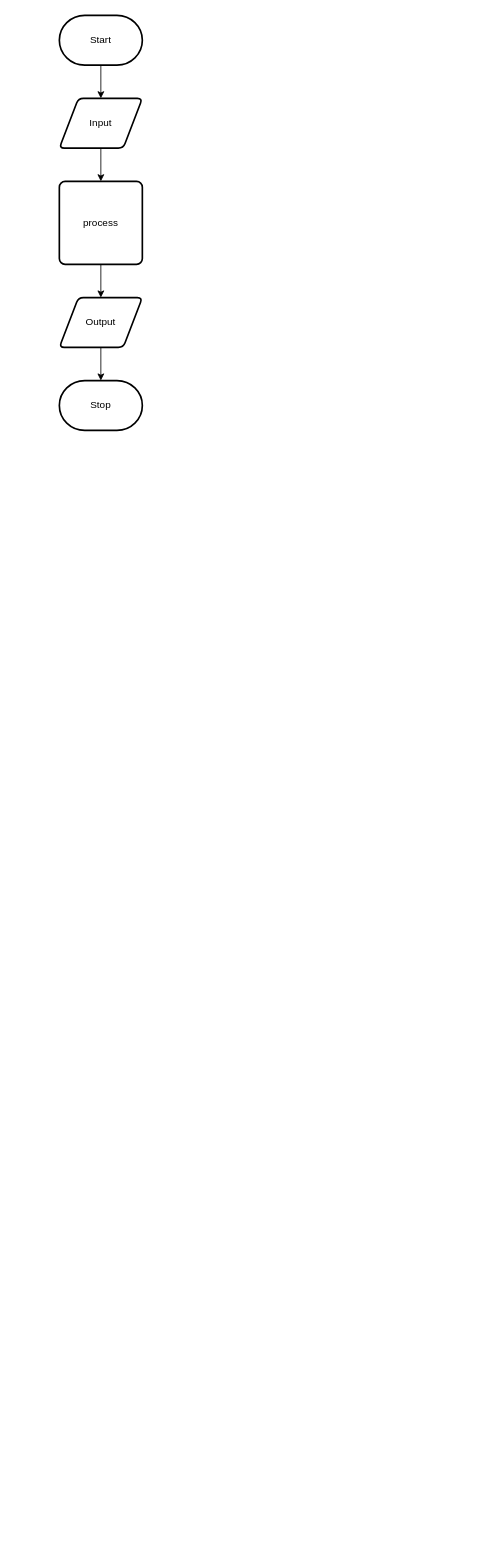
Above: design/flow-chart.drawio in Timothy-Manwell/ICS2O-Assignment-4 (draw.io), before the change. Source tidied: cells renumbered, new cells numbered last; positions are measured from the earlier drawing's top-left corner, leaving out a move shared by most shapes. Both pictures are drawn from the tidied source at 83%, with x=0, y=0 at pixel (59, 15).
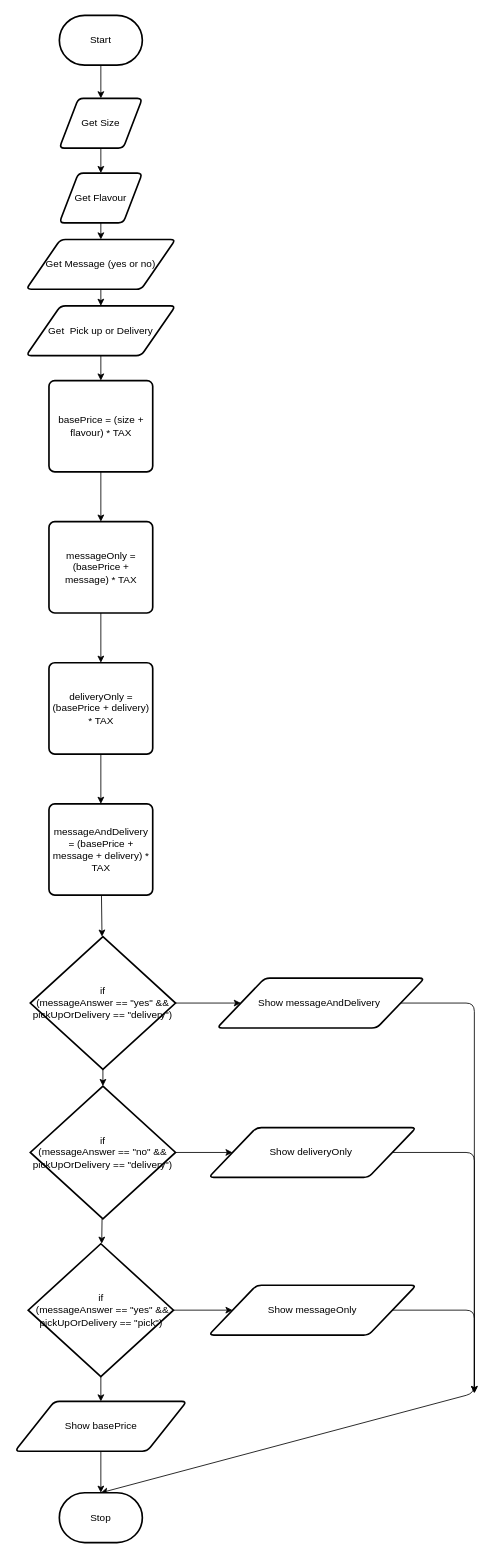
After the change.

The edit, as a diff of the source:
```diff
@@
-    <mxCell id="4" style="edgeStyle=none;html=1;" parent="1" edge="1" source="5" target="7">
-      <mxGeometry relative="1" as="geometry" />
-    </mxCell>
+    <mxCell id="11" style="edgeStyle=none;html=1;" parent="1" edge="1" source="5" target="8">
+      <mxGeometry relative="1" as="geometry" />
+    </mxCell>
-    <mxCell id="5" value="Input" style="shape=parallelogram;html=1;strokeWidth=2;perimeter=parallelogramPerimeter;whiteSpace=wrap;rounded=1;arcSize=12;size=0.23;" parent="1" vertex="1">
+    <mxCell id="5" value="Get Size" style="shape=parallelogram;html=1;strokeWidth=2;perimeter=parallelogramPerimeter;whiteSpace=wrap;rounded=1;arcSize=12;size=0.23;" parent="1" vertex="1">
       <mxGeometry y="100" width="100" height="60" as="geometry" />
     </mxCell>
-    <mxCell id="6" style="edgeStyle=none;html=1;" parent="1" edge="1" source="7" target="9">
-      <mxGeometry relative="1" as="geometry" />
-    </mxCell>
-    <mxCell id="7" value="process" style="rounded=1;whiteSpace=wrap;html=1;absoluteArcSize=1;arcSize=14;strokeWidth=2;" parent="1" vertex="1">
-      <mxGeometry y="200" width="100" height="100" as="geometry" />
-    </mxCell>
+    <mxCell id="12" style="edgeStyle=none;html=1;entryX=0.5;entryY=0;entryDx=0;entryDy=0;" parent="1" edge="1" source="8" target="14">
+      <mxGeometry relative="1" as="geometry" />
+    </mxCell>
-    <mxCell id="8" style="edgeStyle=none;html=1;" parent="1" edge="1" source="9" target="10">
-      <mxGeometry relative="1" as="geometry" />
+    <mxCell id="8" value="Get Flavour" style="shape=parallelogram;html=1;strokeWidth=2;perimeter=parallelogramPerimeter;whiteSpace=wrap;rounded=1;arcSize=12;size=0.23;" parent="1" vertex="1">
+      <mxGeometry y="190" width="100" height="60" as="geometry" />
     </mxCell>
-    <mxCell id="9" value="Output" style="shape=parallelogram;html=1;strokeWidth=2;perimeter=parallelogramPerimeter;whiteSpace=wrap;rounded=1;arcSize=12;size=0.23;" parent="1" vertex="1">
-      <mxGeometry y="340" width="100" height="60" as="geometry" />
-    </mxCell>
+    <mxCell id="13" style="edgeStyle=none;html=1;" parent="1" edge="1" source="14" target="16">
+      <mxGeometry relative="1" as="geometry" />
+    </mxCell>
+    <mxCell id="14" value="Get Message (yes or no)" style="shape=parallelogram;html=1;strokeWidth=2;perimeter=parallelogramPerimeter;whiteSpace=wrap;rounded=1;arcSize=12;size=0.23;" parent="1" vertex="1">
+      <mxGeometry x="-40" y="270" width="180" height="60" as="geometry" />
+    </mxCell>
+    <mxCell id="15" style="edgeStyle=none;html=1;entryX=0.5;entryY=0;entryDx=0;entryDy=0;" parent="1" edge="1" source="16" target="18">
+      <mxGeometry relative="1" as="geometry" />
+    </mxCell>
+    <mxCell id="16" value="Get&amp;nbsp; Pick up or Delivery" style="shape=parallelogram;html=1;strokeWidth=2;perimeter=parallelogramPerimeter;whiteSpace=wrap;rounded=1;arcSize=12;size=0.23;" parent="1" vertex="1">
+      <mxGeometry x="-40" y="350" width="180" height="60" as="geometry" />
+    </mxCell>
+    <mxCell id="17" style="edgeStyle=none;html=1;" parent="1" edge="1" source="18" target="20">
+      <mxGeometry relative="1" as="geometry" />
+    </mxCell>
+    <mxCell id="18" value="basePrice = (size + flavour) * TAX" style="rounded=1;whiteSpace=wrap;html=1;absoluteArcSize=1;arcSize=14;strokeWidth=2;" parent="1" vertex="1">
+      <mxGeometry x="-12.5" y="440" width="125" height="110" as="geometry" />
+    </mxCell>
+    <mxCell id="19" style="edgeStyle=none;html=1;" parent="1" edge="1" source="20" target="22">
+      <mxGeometry relative="1" as="geometry" />
+    </mxCell>
+    <mxCell id="20" value="messageOnly = (basePrice + message) * TAX" style="rounded=1;whiteSpace=wrap;html=1;absoluteArcSize=1;arcSize=14;strokeWidth=2;" parent="1" vertex="1">
+      <mxGeometry x="-12.5" y="610" width="125" height="110" as="geometry" />
+    </mxCell>
+    <mxCell id="21" style="edgeStyle=none;html=1;entryX=0.5;entryY=0;entryDx=0;entryDy=0;" parent="1" edge="1" source="22" target="24">
+      <mxGeometry relative="1" as="geometry" />
+    </mxCell>
+    <mxCell id="22" value="deliveryOnly = (basePrice + delivery) * TAX" style="rounded=1;whiteSpace=wrap;html=1;absoluteArcSize=1;arcSize=14;strokeWidth=2;" parent="1" vertex="1">
+      <mxGeometry x="-12.5" y="780" width="125" height="110" as="geometry" />
+    </mxCell>
+    <mxCell id="23" style="edgeStyle=none;html=1;" parent="1" edge="1" source="24" target="27">
+      <mxGeometry relative="1" as="geometry" />
+    </mxCell>
+    <mxCell id="24" value="messageAndDelivery = (basePrice + message + delivery) * TAX" style="rounded=1;whiteSpace=wrap;html=1;absoluteArcSize=1;arcSize=14;strokeWidth=2;" parent="1" vertex="1">
+      <mxGeometry x="-12.5" y="950" width="125" height="110" as="geometry" />
+    </mxCell>
+    <mxCell id="25" style="edgeStyle=none;html=1;entryX=0.5;entryY=0;entryDx=0;entryDy=0;entryPerimeter=0;" parent="1" edge="1" source="27" target="30">
+      <mxGeometry relative="1" as="geometry" />
+    </mxCell>
+    <mxCell id="26" style="edgeStyle=none;html=1;entryX=0;entryY=0.5;entryDx=0;entryDy=0;" parent="1" edge="1" source="27" target="35">
+      <mxGeometry relative="1" as="geometry" />
+    </mxCell>
+    <mxCell id="27" value="if &lt;br&gt;(messageAnswer == &quot;yes&quot; &amp;amp;&amp;amp; pickUpOrDelivery == &quot;delivery&quot;)" style="strokeWidth=2;html=1;shape=mxgraph.flowchart.decision;whiteSpace=wrap;" parent="1" vertex="1">
+      <mxGeometry x="-35" y="1110" width="175" height="160" as="geometry" />
+    </mxCell>
+    <mxCell id="28" style="edgeStyle=none;html=1;" parent="1" edge="1" source="30" target="33">
+      <mxGeometry relative="1" as="geometry" />
+    </mxCell>
+    <mxCell id="29" style="edgeStyle=none;html=1;" parent="1" edge="1" source="30" target="37">
+      <mxGeometry relative="1" as="geometry" />
+    </mxCell>
+    <mxCell id="30" value="if&lt;br&gt;(messageAnswer == &quot;no&quot; &amp;amp;&amp;amp; pickUpOrDelivery == &quot;delivery&quot;)" style="strokeWidth=2;html=1;shape=mxgraph.flowchart.decision;whiteSpace=wrap;" parent="1" vertex="1">
+      <mxGeometry x="-35" y="1290" width="175" height="160" as="geometry" />
+    </mxCell>
+    <mxCell id="31" style="edgeStyle=none;html=1;" parent="1" edge="1" source="33" target="39">
+      <mxGeometry relative="1" as="geometry" />
+    </mxCell>
+    <mxCell id="32" style="edgeStyle=none;html=1;" parent="1" edge="1" source="33" target="41">
+      <mxGeometry relative="1" as="geometry" />
+    </mxCell>
+    <mxCell id="33" value="if&lt;br&gt;&amp;nbsp;(messageAnswer == &quot;yes&quot; &amp;amp;&amp;amp; pickUpOrDelivery == &quot;pick&quot;)" style="strokeWidth=2;html=1;shape=mxgraph.flowchart.decision;whiteSpace=wrap;" parent="1" vertex="1">
+      <mxGeometry x="-37.5" y="1480" width="175" height="160" as="geometry" />
+    </mxCell>
+    <mxCell id="34" style="edgeStyle=none;html=1;" parent="1" edge="1" source="35">
+      <mxGeometry relative="1" as="geometry">
+        <mxPoint x="500" y="1660" as="targetPoint" />
+        <Array as="points">
+          <mxPoint x="500" y="1190" />
+        </Array>
+      </mxGeometry>
+    </mxCell>
+    <mxCell id="35" value="Show&amp;nbsp;messageAndDelivery&amp;nbsp;" style="shape=parallelogram;html=1;strokeWidth=2;perimeter=parallelogramPerimeter;whiteSpace=wrap;rounded=1;arcSize=12;size=0.23;" parent="1" vertex="1">
+      <mxGeometry x="190" y="1160" width="250" height="60" as="geometry" />
+    </mxCell>
+    <mxCell id="36" style="edgeStyle=none;html=1;" parent="1" edge="1" source="37">
+      <mxGeometry relative="1" as="geometry">
+        <mxPoint x="500" y="1660" as="targetPoint" />
+        <Array as="points">
+          <mxPoint x="500" y="1370" />
+        </Array>
+      </mxGeometry>
+    </mxCell>
+    <mxCell id="37" value="Show&amp;nbsp;deliveryOnly&amp;nbsp;" style="shape=parallelogram;html=1;strokeWidth=2;perimeter=parallelogramPerimeter;whiteSpace=wrap;rounded=1;arcSize=12;size=0.23;" parent="1" vertex="1">
+      <mxGeometry x="180" y="1340" width="250" height="60" as="geometry" />
+    </mxCell>
+    <mxCell id="38" style="edgeStyle=none;html=1;entryX=0.5;entryY=0;entryDx=0;entryDy=0;entryPerimeter=0;" parent="1" edge="1" source="39" target="10">
+      <mxGeometry relative="1" as="geometry">
+        <Array as="points">
+          <mxPoint x="500" y="1560" />
+          <mxPoint x="500" y="1660" />
+        </Array>
+      </mxGeometry>
+    </mxCell>
+    <mxCell id="39" value="Show messageOnly" style="shape=parallelogram;html=1;strokeWidth=2;perimeter=parallelogramPerimeter;whiteSpace=wrap;rounded=1;arcSize=12;size=0.23;" parent="1" vertex="1">
+      <mxGeometry x="180" y="1530" width="250" height="60" as="geometry" />
+    </mxCell>
+    <mxCell id="40" style="edgeStyle=none;html=1;" parent="1" edge="1" source="41" target="10">
+      <mxGeometry relative="1" as="geometry" />
+    </mxCell>
+    <mxCell id="41" value="Show basePrice" style="shape=parallelogram;html=1;strokeWidth=2;perimeter=parallelogramPerimeter;whiteSpace=wrap;rounded=1;arcSize=12;size=0.23;" parent="1" vertex="1">
+      <mxGeometry x="-53.5" y="1670" width="207" height="60" as="geometry" />
+    </mxCell>
     <mxCell id="10" value="Stop" style="strokeWidth=2;html=1;shape=mxgraph.flowchart.terminator;whiteSpace=wrap;" parent="1" vertex="1">
-      <mxGeometry y="440" width="100" height="60" as="geometry" />
+      <mxGeometry y="1780" width="100" height="60" as="geometry" />
     </mxCell>
```
